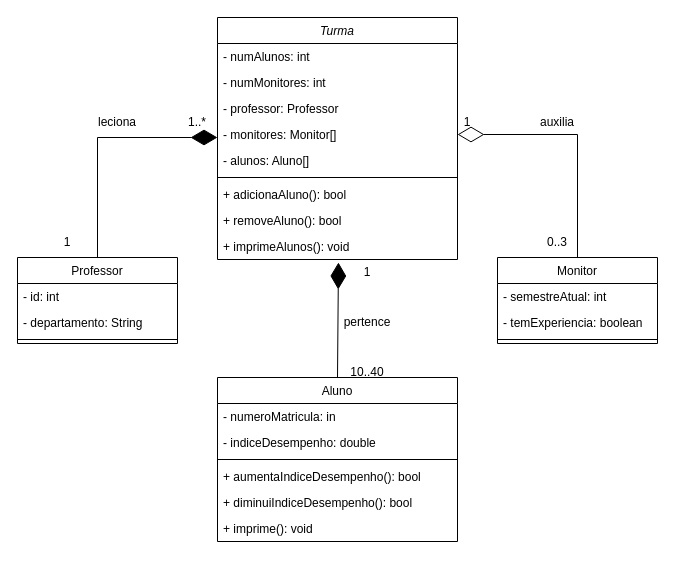
Earlier version of the draw.io diagram lab03/lab03.drawio (Wlisk/tcp). Source tidied: cells renumbered, new cells numbered last; positions are measured from the earlier drawing's top-left corner, leaving out a move shared by most shapes. Both pictures are drawn from the tidied source at 100%, with x=0, y=0 at pixel (17, 17).
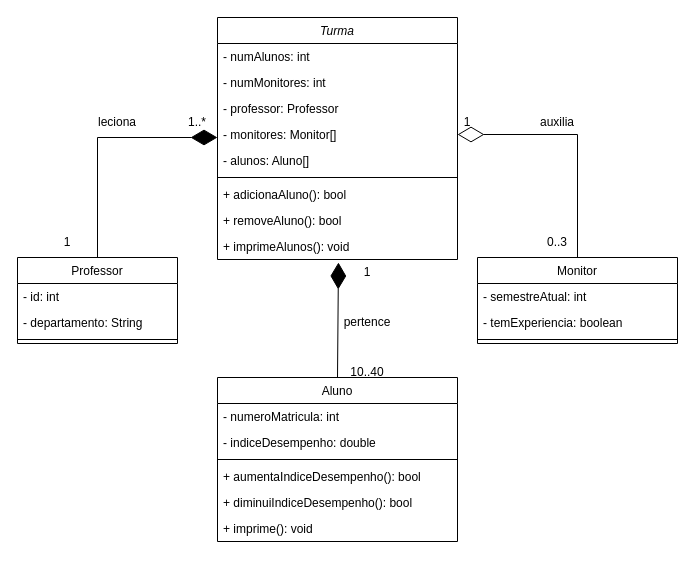
The same page after the edit.

The change refers to these unchanged cells:
```xml
<mxCell id="12" value="Aluno" style="swimlane;fontStyle=0;align=center;verticalAlign=top;horizontal=1;startSize=26;rounded=0;shadow=0;strokeWidth=1;" parent="1" vertex="1">
  <mxGeometry x="200" y="360" width="240" height="164" as="geometry" />
</mxCell>
```

The edit, as a diff of the source:
```diff
@@
-    <mxCell id="13" value="- numeroMatricula: in " style="text;align=left;verticalAlign=top;spacingLeft=4;spacingRight=4;overflow=hidden;" parent="12" vertex="1">
+    <mxCell id="13" value="- numeroMatricula: int " style="text;align=left;verticalAlign=top;spacingLeft=4;spacingRight=4;overflow=hidden;" parent="12" vertex="1">
       <mxGeometry y="26" width="240" height="26" as="geometry" />
     </mxCell>
@@
     <mxCell id="23" value="Monitor" style="swimlane;fontStyle=0;align=center;verticalAlign=top;horizontal=1;startSize=26;rounded=0;shadow=0;strokeWidth=1;" parent="1" vertex="1">
-      <mxGeometry x="480" y="240" width="160" height="86" as="geometry" />
+      <mxGeometry x="460" y="240" width="200" height="86" as="geometry" />
     </mxCell>
     <mxCell id="24" value="- semestreAtual: int" style="text;align=left;verticalAlign=top;spacingLeft=4;spacingRight=4;overflow=hidden;" parent="23" vertex="1">
-      <mxGeometry y="26" width="160" height="26" as="geometry" />
+      <mxGeometry y="26" width="200" height="26" as="geometry" />
     </mxCell>
     <mxCell id="25" value="- temExperiencia:  boolean " style="text;align=left;verticalAlign=top;spacingLeft=4;spacingRight=4;overflow=hidden;" parent="23" vertex="1">
-      <mxGeometry y="52" width="160" height="26" as="geometry" />
+      <mxGeometry y="52" width="200" height="26" as="geometry" />
     </mxCell>
     <mxCell id="26" style="line;html=1;strokeWidth=1;align=left;verticalAlign=middle;spacingTop=-1;spacingLeft=3;spacingRight=3;labelPosition=right;" parent="23" vertex="1">
-      <mxGeometry y="78" width="160" height="8" as="geometry" />
+      <mxGeometry y="78" width="200" height="8" as="geometry" />
     </mxCell>
```
